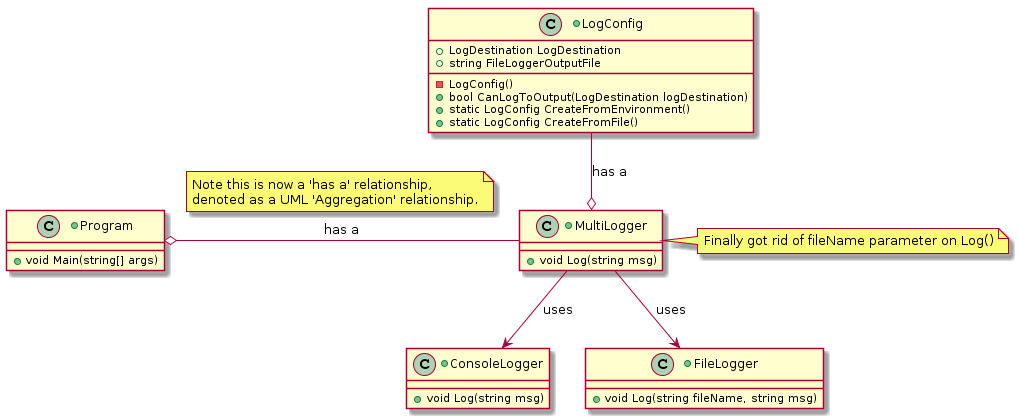
Above: Lesson 07 Dynamic Log Output/Solution 2 Environment Variables/images/Class-Diagram.png in cmps253/design-architecture (PlantUML), before the change.
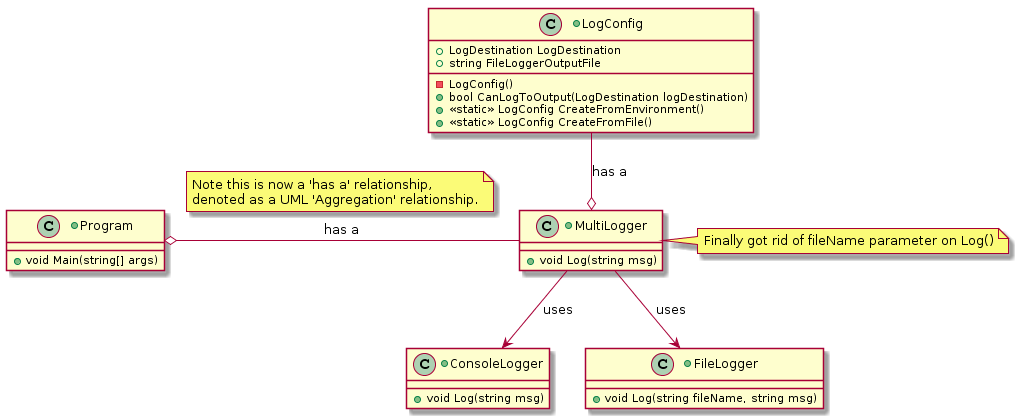
Above is the later version.

The edit, as a diff of the source:
```diff
@@ -19,8 +19,8 @@
     +LogDestination LogDestination
     +bool CanLogToOutput(LogDestination logDestination)
     +string FileLoggerOutputFile
-    +static LogConfig CreateFromEnvironment()
-    +static LogConfig CreateFromFile()
+    +<<static>> LogConfig CreateFromEnvironment()
+    +<<static>> LogConfig CreateFromFile()
 }
 Program o-right- MultiLogger : has a
 note top on link
```
